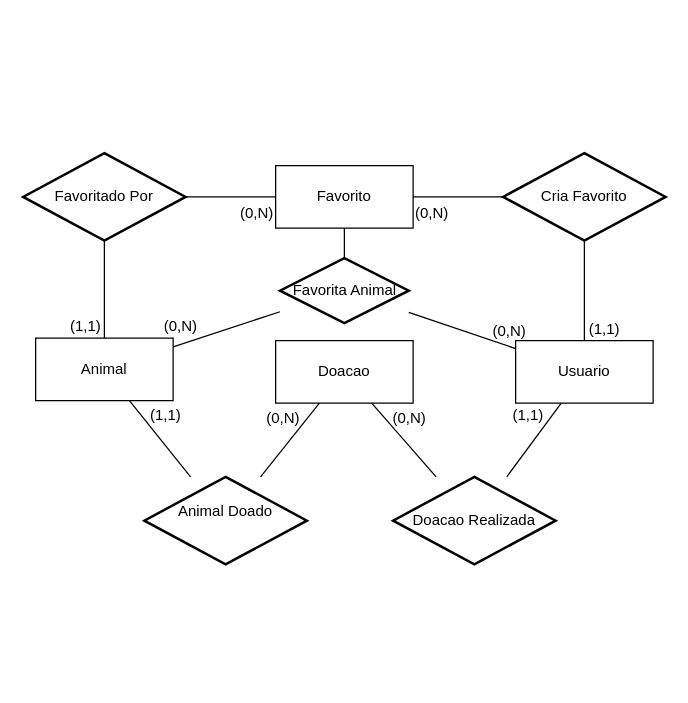
Before: Diagrama DER.drawio in JoaoGans/DRAW.tcc, a draw.io diagram. Source tidied: cells renumbered, new cells numbered last; positions are measured from the earlier drawing's top-left corner, leaving out a move shared by most shapes. Both pictures are drawn from the tidied source at 125%, with x=0, y=0 at pixel (22, 152).
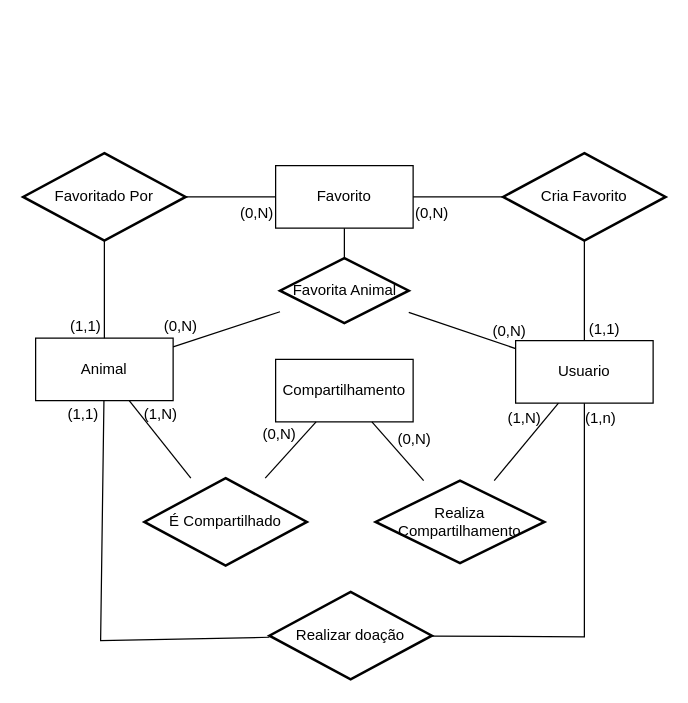
The same page after the edit.

Unchanged cells that the change refers to:
```xml
<mxCell id="2" value="Animal" style="html=1;whiteSpace=wrap;" parent="1" vertex="1">
  <mxGeometry x="10" y="148" width="110" height="50" as="geometry" />
</mxCell>
<mxCell id="4" value="Usuario" style="html=1;whiteSpace=wrap;" parent="1" vertex="1">
  <mxGeometry x="394" y="150" width="110" height="50" as="geometry" />
</mxCell>
```

What changed in the source:
```diff
@@
-    <mxCell id="3" value="Doacao" style="html=1;whiteSpace=wrap;" parent="1" vertex="1">
-      <mxGeometry x="202" y="150" width="110" height="50" as="geometry" />
-    </mxCell>
@@
-    <mxCell id="6" value="&#10;Animal Doado&#10;&#10;" style="strokeWidth=2;html=1;shape=mxgraph.flowchart.decision;whiteSpace=wrap;" parent="1" vertex="1">
-      <mxGeometry x="97" y="259" width="130" height="70" as="geometry" />
-    </mxCell>
-    <mxCell id="7" style="endArrow=none;html=1;rounded=0;" parent="1" edge="1" source="2" target="6">
-      <mxGeometry relative="1" as="geometry" />
+    <mxCell id="7" style="endArrow=none;html=1;rounded=0;" parent="1" edge="1" source="2" target="9">
+      <mxGeometry relative="1" as="geometry">
+        <Array as="points">
+          <mxPoint x="62" y="390" />
+        </Array>
+      </mxGeometry>
     </mxCell>
-    <mxCell id="8" style="endArrow=none;html=1;rounded=0;" parent="1" edge="1" source="3" target="6">
-      <mxGeometry relative="1" as="geometry" />
-    </mxCell>
-    <mxCell id="9" value="Doacao Realizada" style="strokeWidth=2;html=1;shape=mxgraph.flowchart.decision;whiteSpace=wrap;" parent="1" vertex="1">
-      <mxGeometry x="296" y="259" width="130" height="70" as="geometry" />
+    <mxCell id="9" value="Realizar doação" style="strokeWidth=2;html=1;shape=mxgraph.flowchart.decision;whiteSpace=wrap;" parent="1" vertex="1">
+      <mxGeometry x="197" y="351" width="130" height="70" as="geometry" />
     </mxCell>
@@
     <mxCell id="12" style="endArrow=none;html=1;rounded=0;" parent="1" edge="1" source="4" target="9">
-      <mxGeometry relative="1" as="geometry" />
+      <mxGeometry relative="1" as="geometry">
+        <Array as="points">
+          <mxPoint x="449" y="387" />
+        </Array>
+      </mxGeometry>
     </mxCell>
-    <mxCell id="13" style="endArrow=none;html=1;rounded=0;" parent="1" edge="1" source="9" target="3">
-      <mxGeometry relative="1" as="geometry" />
-    </mxCell>
@@
     <mxCell id="18" value="(1,1)" style="text;whiteSpace=wrap;html=1;" parent="1" vertex="1">
-      <mxGeometry x="100" y="196" width="53" height="36" as="geometry" />
+      <mxGeometry x="34" y="195" width="53" height="36" as="geometry" />
     </mxCell>
-    <mxCell id="19" value="(0,N)" style="text;whiteSpace=wrap;html=1;" parent="1" vertex="1">
-      <mxGeometry x="193" y="198" width="55" height="36" as="geometry" />
-    </mxCell>
-    <mxCell id="20" value="(1,1)" style="text;whiteSpace=wrap;html=1;" parent="1" vertex="1">
-      <mxGeometry x="390" y="196" width="53" height="36" as="geometry" />
+    <mxCell id="20" value="(1,n)" style="text;whiteSpace=wrap;html=1;" parent="1" vertex="1">
+      <mxGeometry x="448" y="198" width="53" height="36" as="geometry" />
     </mxCell>
-    <mxCell id="21" value="(0,N)" style="text;whiteSpace=wrap;html=1;" parent="1" vertex="1">
-      <mxGeometry x="294" y="198" width="55" height="36" as="geometry" />
-    </mxCell>
@@
+    <mxCell id="32" style="endArrow=none;html=1;rounded=0;" parent="1" edge="1">
+      <mxGeometry relative="1" as="geometry">
+        <mxPoint x="282" y="-105" as="sourcePoint" />
+        <mxPoint x="282" y="-105" as="targetPoint" />
+      </mxGeometry>
+    </mxCell>
+    <mxCell id="33" value=" Compartilhamento" style="html=1;whiteSpace=wrap;" parent="1" vertex="1">
+      <mxGeometry x="202" y="165" width="110" height="50" as="geometry" />
+    </mxCell>
+    <mxCell id="34" value="Realiza Compartilhamento" style="strokeWidth=2;html=1;shape=mxgraph.flowchart.decision;whiteSpace=wrap;" parent="1" vertex="1">
+      <mxGeometry x="282" y="262" width="135" height="66" as="geometry" />
+    </mxCell>
+    <mxCell id="35" value="É Compartilhado" style="strokeWidth=2;html=1;shape=mxgraph.flowchart.decision;whiteSpace=wrap;" parent="1" vertex="1">
+      <mxGeometry x="97" y="260" width="130" height="70" as="geometry" />
+    </mxCell>
+    <mxCell id="36" style="endArrow=none;html=1;rounded=0;" parent="1" edge="1" source="34" target="4">
+      <mxGeometry relative="1" as="geometry" />
+    </mxCell>
+    <mxCell id="37" style="endArrow=none;html=1;rounded=0;" parent="1" edge="1" source="2" target="35">
+      <mxGeometry relative="1" as="geometry" />
+    </mxCell>
+    <mxCell id="38" style="endArrow=none;html=1;rounded=0;" parent="1" edge="1" source="35" target="33">
+      <mxGeometry relative="1" as="geometry" />
+    </mxCell>
+    <mxCell id="39" style="endArrow=none;html=1;rounded=0;" parent="1" edge="1" source="34" target="33">
+      <mxGeometry relative="1" as="geometry" />
+    </mxCell>
+    <mxCell id="40" value="(1,N)" style="text;whiteSpace=wrap;html=1;" parent="1" vertex="1">
+      <mxGeometry x="386" y="198" width="55" height="36" as="geometry" />
+    </mxCell>
+    <mxCell id="41" value="(0,N)" style="text;whiteSpace=wrap;html=1;" parent="1" vertex="1">
+      <mxGeometry x="298" y="215" width="55" height="36" as="geometry" />
+    </mxCell>
+    <mxCell id="42" value="(1,N)" style="text;whiteSpace=wrap;html=1;" parent="1" vertex="1">
+      <mxGeometry x="95" y="195" width="55" height="36" as="geometry" />
+    </mxCell>
+    <mxCell id="43" value="(0,N)" style="text;whiteSpace=wrap;html=1;" parent="1" vertex="1">
+      <mxGeometry x="190" y="211" width="55" height="36" as="geometry" />
+    </mxCell>
```
